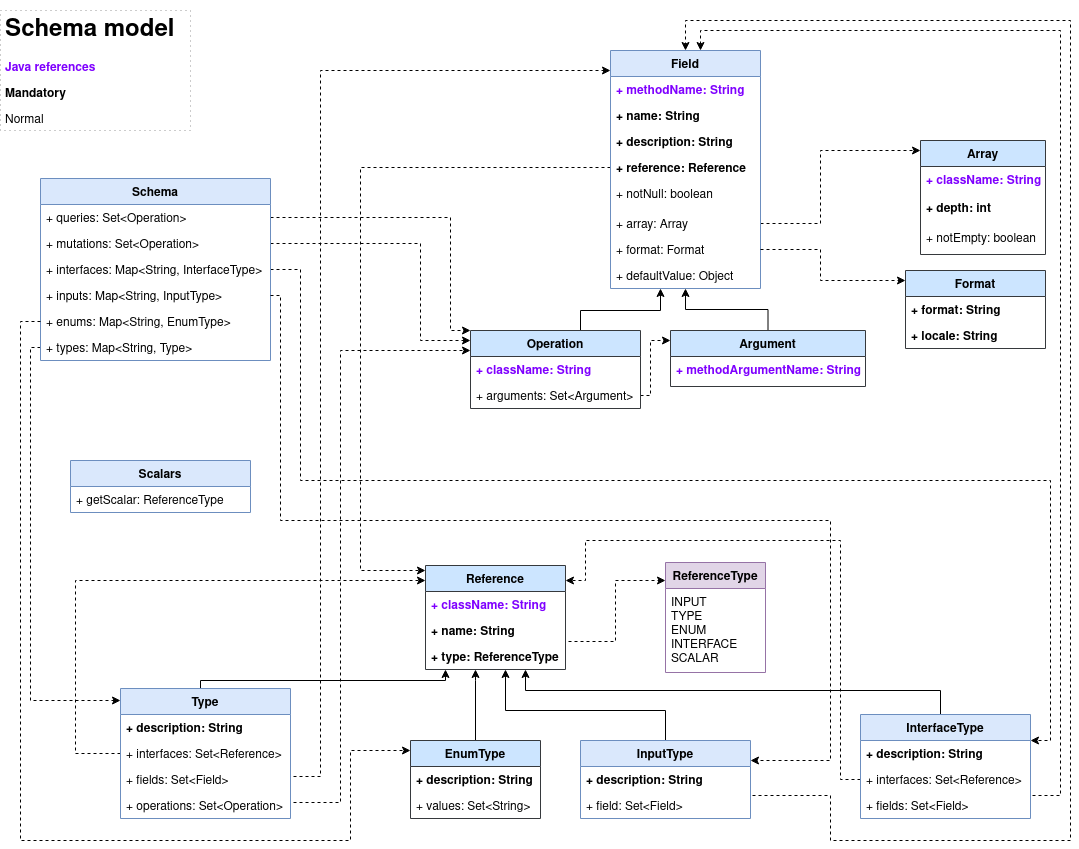
Before: schema-model/classdiagram.png, a diagram exported from draw.io (smallrye/smallrye-graphql). Source tidied: cells renumbered, new cells last; positions are measured from the earlier drawing's top-left corner, leaving out a move shared by most shapes.
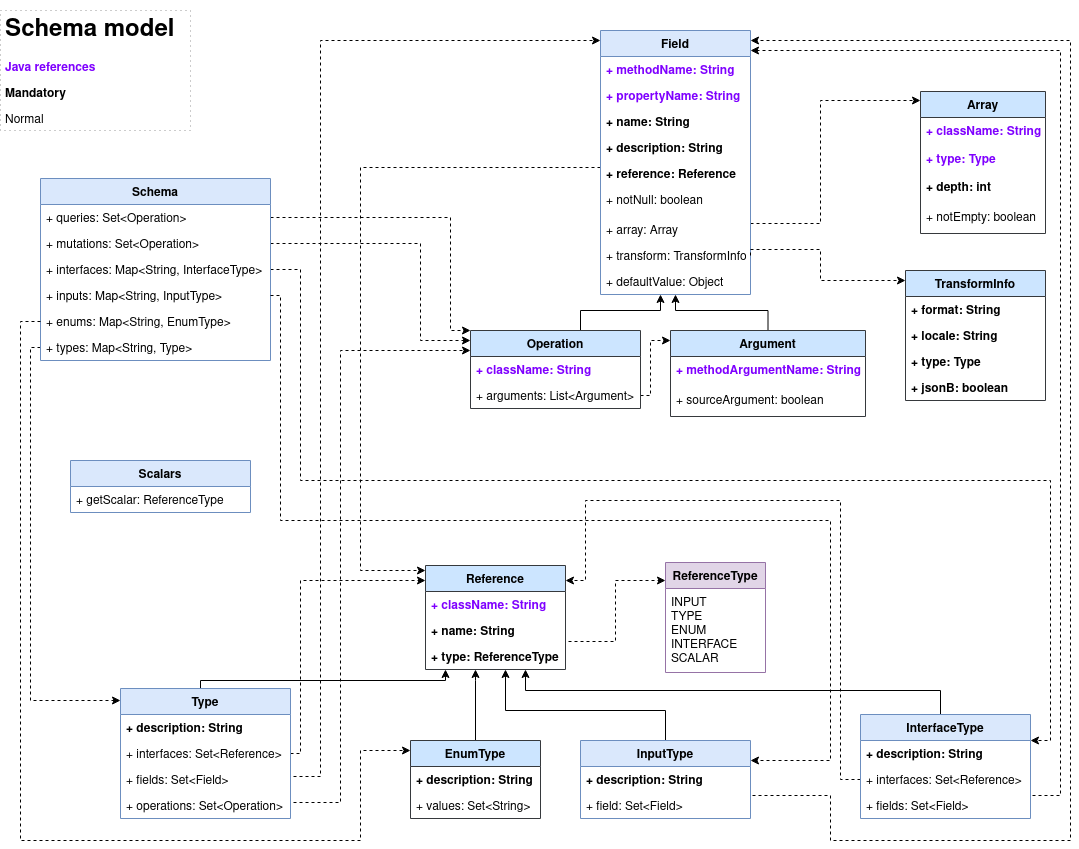
Above is the later version.

The edit, as a diff of the source:
```diff
@@ -29,8 +29,9 @@
     <mxCell id="5" style="edgeStyle=orthogonalEdgeStyle;rounded=0;jettySize=auto;html=1;exitX=1;exitY=0.5;exitDx=0;exitDy=0;dashed=1;" parent="1" edge="1" source="34" target="39">
       <mxGeometry relative="1" as="geometry">
         <Array as="points">
+          <mxPoint x="750" y="213" />
           <mxPoint x="820" y="213" />
-          <mxPoint x="820" y="140" />
+          <mxPoint x="820" y="90" />
         </Array>
       </mxGeometry>
     </mxCell>
@@ -102,8 +103,8 @@
         <Array as="points">
           <mxPoint x="20" y="311" />
           <mxPoint x="20" y="830" />
-          <mxPoint x="350" y="830" />
-          <mxPoint x="350" y="740" />
+          <mxPoint x="360" y="830" />
+          <mxPoint x="360" y="740" />
         </Array>
       </mxGeometry>
     </mxCell>
@@ -128,27 +129,28 @@
     <mxCell id="21" style="edgeStyle=orthogonalEdgeStyle;rounded=0;jettySize=auto;html=1;exitX=1;exitY=0.5;exitDx=0;exitDy=0;dashed=1;" parent="1" edge="1" source="67" target="28">
       <mxGeometry relative="1" as="geometry">
         <Array as="points">
+          <mxPoint x="750" y="785" />
           <mxPoint x="830" y="785" />
           <mxPoint x="830" y="830" />
           <mxPoint x="1070" y="830" />
-          <mxPoint x="1070" y="10" />
-          <mxPoint x="685" y="10" />
+          <mxPoint x="1070" y="30" />
         </Array>
       </mxGeometry>
     </mxCell>
     <mxCell id="22" style="edgeStyle=orthogonalEdgeStyle;rounded=0;jettySize=auto;html=1;exitX=1;exitY=0.5;exitDx=0;exitDy=0;dashed=1;" parent="1" edge="1" source="75" target="28">
       <mxGeometry relative="1" as="geometry">
         <Array as="points">
+          <mxPoint x="290" y="766" />
           <mxPoint x="320" y="766" />
-          <mxPoint x="320" y="60" />
+          <mxPoint x="320" y="30" />
         </Array>
       </mxGeometry>
     </mxCell>
     <mxCell id="23" style="edgeStyle=orthogonalEdgeStyle;rounded=0;jettySize=auto;html=1;dashed=1;" parent="1" edge="1" source="74" target="58">
       <mxGeometry relative="1" as="geometry">
         <Array as="points">
-          <mxPoint x="75" y="743" />
-          <mxPoint x="75" y="570" />
+          <mxPoint x="300" y="743" />
+          <mxPoint x="300" y="570" />
         </Array>
       </mxGeometry>
     </mxCell>
@@ -163,9 +165,9 @@
     <mxCell id="25" style="edgeStyle=orthogonalEdgeStyle;rounded=0;jettySize=auto;html=1;exitX=1;exitY=0.5;exitDx=0;exitDy=0;dashed=1;" parent="1" edge="1" source="71" target="28">
       <mxGeometry relative="1" as="geometry">
         <Array as="points">
+          <mxPoint x="1030" y="785" />
           <mxPoint x="1060" y="785" />
-          <mxPoint x="1060" y="20" />
-          <mxPoint x="700" y="20" />
+          <mxPoint x="1060" y="40" />
         </Array>
       </mxGeometry>
     </mxCell>
@@ -187,31 +189,34 @@
       </mxGeometry>
     </mxCell>
     <mxCell id="28" value="Field" style="swimlane;fontStyle=1;horizontal=1;startSize=26;fillColor=#dae8fc;strokeColor=#6c8ebf;" parent="1" vertex="1">
-      <mxGeometry x="610" y="40" width="150" height="238" as="geometry" />
+      <mxGeometry x="600" y="20" width="150" height="264" as="geometry" />
     </mxCell>
     <mxCell id="29" value="+ methodName: String" style="text;strokeColor=none;fillColor=none;align=left;verticalAlign=top;spacingLeft=4;spacingRight=4;overflow=hidden;fontColor=#7F00FF;fontStyle=1;" parent="28" vertex="1">
       <mxGeometry y="26" width="150" height="26" as="geometry" />
     </mxCell>
+    <mxCell id="77" value="+ propertyName: String" style="text;strokeColor=none;fillColor=none;align=left;verticalAlign=top;spacingLeft=4;spacingRight=4;overflow=hidden;fontColor=#7F00FF;fontStyle=1;" parent="28" vertex="1">
+      <mxGeometry y="52" width="150" height="26" as="geometry" />
+    </mxCell>
     <mxCell id="30" value="+ name: String" style="text;strokeColor=none;fillColor=none;align=left;verticalAlign=top;spacingLeft=4;spacingRight=4;overflow=hidden;fontStyle=1;" parent="28" vertex="1">
-      <mxGeometry y="52" width="150" height="26" as="geometry" />
+      <mxGeometry y="78" width="150" height="26" as="geometry" />
     </mxCell>
     <mxCell id="31" value="+ description: String" style="text;strokeColor=none;fillColor=none;align=left;verticalAlign=top;spacingLeft=4;spacingRight=4;overflow=hidden;fontStyle=1;" parent="28" vertex="1">
-      <mxGeometry y="78" width="150" height="26" as="geometry" />
+      <mxGeometry y="104" width="150" height="26" as="geometry" />
     </mxCell>
     <mxCell id="32" value="+ reference: Reference" style="text;strokeColor=none;fillColor=none;align=left;verticalAlign=top;spacingLeft=4;spacingRight=4;overflow=hidden;points=[[0,0.5],[1,0.5]];portConstraint=eastwest;fontStyle=1;" parent="28" vertex="1">
-      <mxGeometry y="104" width="150" height="26" as="geometry" />
+      <mxGeometry y="130" width="150" height="26" as="geometry" />
     </mxCell>
     <mxCell id="33" value="+ notNull: boolean&#10;&#10;" style="text;strokeColor=none;fillColor=none;align=left;verticalAlign=top;spacingLeft=4;spacingRight=4;overflow=hidden;" parent="28" vertex="1">
-      <mxGeometry y="130" width="150" height="30" as="geometry" />
+      <mxGeometry y="156" width="150" height="30" as="geometry" />
     </mxCell>
     <mxCell id="34" value="+ array: Array" style="text;strokeColor=none;fillColor=none;align=left;verticalAlign=top;spacingLeft=4;spacingRight=4;overflow=hidden;points=[[0,0.5],[1,0.5]];portConstraint=eastwest;" parent="28" vertex="1">
-      <mxGeometry y="160" width="150" height="26" as="geometry" />
+      <mxGeometry y="186" width="150" height="26" as="geometry" />
     </mxCell>
-    <mxCell id="35" value="+ format: Format" style="text;strokeColor=none;fillColor=none;align=left;verticalAlign=top;spacingLeft=4;spacingRight=4;overflow=hidden;points=[[0,0.5],[1,0.5]];portConstraint=eastwest;" parent="28" vertex="1">
-      <mxGeometry y="186" width="150" height="26" as="geometry" />
+    <mxCell id="35" value="+ transform: TransformInfo" style="text;strokeColor=none;fillColor=none;align=left;verticalAlign=top;spacingLeft=4;spacingRight=4;overflow=hidden;points=[[0,0.5],[1,0.5]];portConstraint=eastwest;" parent="28" vertex="1">
+      <mxGeometry y="212" width="150" height="26" as="geometry" />
     </mxCell>
     <mxCell id="36" value="+ defaultValue: Object" style="text;strokeColor=none;fillColor=none;align=left;verticalAlign=top;spacingLeft=4;spacingRight=4;overflow=hidden;" parent="28" vertex="1">
-      <mxGeometry y="212" width="150" height="26" as="geometry" />
+      <mxGeometry y="238" width="150" height="26" as="geometry" />
     </mxCell>
     <mxCell id="37" style="edgeStyle=orthogonalEdgeStyle;rounded=0;jettySize=auto;html=1;exitX=1;exitY=0.5;exitDx=0;exitDy=0;dashed=1;fontColor=#000000;" parent="1" edge="1" source="35" target="43">
       <mxGeometry relative="1" as="geometry">
@@ -225,26 +230,29 @@
       <mxGeometry relative="1" as="geometry">
         <Array as="points">
           <mxPoint x="840" y="769" />
-          <mxPoint x="840" y="530" />
-          <mxPoint x="585" y="530" />
+          <mxPoint x="840" y="490" />
+          <mxPoint x="585" y="490" />
           <mxPoint x="585" y="570" />
         </Array>
       </mxGeometry>
     </mxCell>
     <mxCell id="39" value="Array" style="swimlane;fontStyle=1;horizontal=1;startSize=26;fillColor=#cce5ff;strokeColor=#36393d;" parent="1" vertex="1">
-      <mxGeometry x="920" y="130" width="125" height="114" as="geometry" />
+      <mxGeometry x="920" y="81" width="125" height="142" as="geometry" />
     </mxCell>
+    <mxCell id="78" value="+ className: String" style="text;strokeColor=none;fillColor=none;align=left;verticalAlign=top;spacingLeft=4;spacingRight=4;overflow=hidden;fontColor=#7F00FF;fontStyle=1;" parent="39" vertex="1">
+      <mxGeometry y="26" width="125" height="28" as="geometry" />
+    </mxCell>
-    <mxCell id="40" value="+ className: String" style="text;strokeColor=none;fillColor=none;align=left;verticalAlign=top;spacingLeft=4;spacingRight=4;overflow=hidden;fontColor=#7F00FF;fontStyle=1;" parent="39" vertex="1">
-      <mxGeometry y="26" width="125" height="28" as="geometry" />
+    <mxCell id="40" value="+ type: Type" style="text;strokeColor=none;fillColor=none;align=left;verticalAlign=top;spacingLeft=4;spacingRight=4;overflow=hidden;fontColor=#7F00FF;fontStyle=1;" parent="39" vertex="1">
+      <mxGeometry y="54" width="125" height="28" as="geometry" />
     </mxCell>
     <mxCell id="41" value="+ depth: int&#10;&#10;" style="text;strokeColor=none;fillColor=none;align=left;verticalAlign=top;spacingLeft=4;spacingRight=4;overflow=hidden;fontStyle=1;" parent="39" vertex="1">
-      <mxGeometry y="54" width="125" height="30" as="geometry" />
+      <mxGeometry y="82" width="125" height="30" as="geometry" />
     </mxCell>
     <mxCell id="42" value="+ notEmpty: boolean&#10;&#10;" style="text;strokeColor=none;fillColor=none;align=left;verticalAlign=top;spacingLeft=4;spacingRight=4;overflow=hidden;" parent="39" vertex="1">
-      <mxGeometry y="84" width="125" height="30" as="geometry" />
+      <mxGeometry y="112" width="125" height="30" as="geometry" />
     </mxCell>
-    <mxCell id="43" value="Format" style="swimlane;fontStyle=1;horizontal=1;startSize=26;fillColor=#cce5ff;strokeColor=#36393d;" parent="1" vertex="1">
-      <mxGeometry x="905" y="260" width="140" height="78" as="geometry" />
+    <mxCell id="43" value="TransformInfo" style="swimlane;fontStyle=1;horizontal=1;startSize=26;fillColor=#cce5ff;strokeColor=#36393d;" parent="1" vertex="1">
+      <mxGeometry x="905" y="260" width="140" height="130" as="geometry" />
     </mxCell>
     <mxCell id="44" value="+ format: String" style="text;strokeColor=none;fillColor=none;align=left;verticalAlign=top;spacingLeft=4;spacingRight=4;overflow=hidden;fontStyle=1;" parent="43" vertex="1">
       <mxGeometry y="26" width="140" height="26" as="geometry" />
@@ -252,22 +260,31 @@
     <mxCell id="45" value="+ locale: String" style="text;strokeColor=none;fillColor=none;align=left;verticalAlign=top;spacingLeft=4;spacingRight=4;overflow=hidden;fontStyle=1;" parent="43" vertex="1">
       <mxGeometry y="52" width="140" height="26" as="geometry" />
     </mxCell>
+    <mxCell id="79" value="+ type: Type" style="text;strokeColor=none;fillColor=none;align=left;verticalAlign=top;spacingLeft=4;spacingRight=4;overflow=hidden;fontStyle=1;" parent="43" vertex="1">
+      <mxGeometry y="78" width="140" height="26" as="geometry" />
+    </mxCell>
+    <mxCell id="80" value="+ jsonB: boolean" style="text;strokeColor=none;fillColor=none;align=left;verticalAlign=top;spacingLeft=4;spacingRight=4;overflow=hidden;fontStyle=1;" parent="43" vertex="1">
+      <mxGeometry y="104" width="140" height="26" as="geometry" />
+    </mxCell>
     <mxCell id="46" style="edgeStyle=orthogonalEdgeStyle;rounded=0;jettySize=auto;html=1;fontColor=#000000;" parent="1" edge="1" source="47" target="28">
       <mxGeometry relative="1" as="geometry" />
     </mxCell>
     <mxCell id="47" value="Argument" style="swimlane;fontStyle=1;horizontal=1;startSize=26;fillColor=#cce5ff;strokeColor=#36393d;" parent="1" vertex="1">
-      <mxGeometry x="670" y="320" width="195" height="56" as="geometry" />
+      <mxGeometry x="670" y="320" width="195" height="86" as="geometry" />
     </mxCell>
     <mxCell id="48" value="+ methodArgumentName: String&#10;&#10;" style="text;strokeColor=none;fillColor=none;align=left;verticalAlign=top;spacingLeft=4;spacingRight=4;overflow=hidden;fontColor=#7F00FF;fontStyle=1;" parent="47" vertex="1">
       <mxGeometry y="26" width="195" height="30" as="geometry" />
     </mxCell>
+    <mxCell id="81" value="+ sourceArgument: boolean&#10;&#10;" style="text;strokeColor=none;fillColor=none;align=left;verticalAlign=top;spacingLeft=4;spacingRight=4;overflow=hidden;fontColor=#000000;fontStyle=0;" parent="47" vertex="1">
+      <mxGeometry y="56" width="195" height="30" as="geometry" />
+    </mxCell>
     <mxCell id="49" value="Operation" style="swimlane;fontStyle=1;horizontal=1;startSize=26;fillColor=#cce5ff;strokeColor=#36393d;" parent="1" vertex="1">
       <mxGeometry x="470" y="320" width="170" height="78" as="geometry" />
     </mxCell>
     <mxCell id="50" value="+ className: String" style="text;align=left;verticalAlign=top;spacingLeft=4;spacingRight=4;overflow=hidden;fontColor=#7F00FF;fontStyle=1;" parent="49" vertex="1">
       <mxGeometry y="26" width="170" height="26" as="geometry" />
     </mxCell>
-    <mxCell id="51" value="+ arguments: Set&lt;Argument&gt;" style="text;strokeColor=none;fillColor=none;align=left;verticalAlign=top;spacingLeft=4;spacingRight=4;overflow=hidden;points=[[0,0.5],[1,0.5]];portConstraint=eastwest;" parent="49" vertex="1">
+    <mxCell id="51" value="+ arguments: List&lt;Argument&gt;" style="text;strokeColor=none;fillColor=none;align=left;verticalAlign=top;spacingLeft=4;spacingRight=4;overflow=hidden;points=[[0,0.5],[1,0.5]];portConstraint=eastwest;" parent="49" vertex="1">
       <mxGeometry y="52" width="170" height="26" as="geometry" />
     </mxCell>
     <mxCell id="52" style="edgeStyle=orthogonalEdgeStyle;rounded=0;jettySize=auto;html=1;" parent="1" edge="1" source="53" target="58">
```
